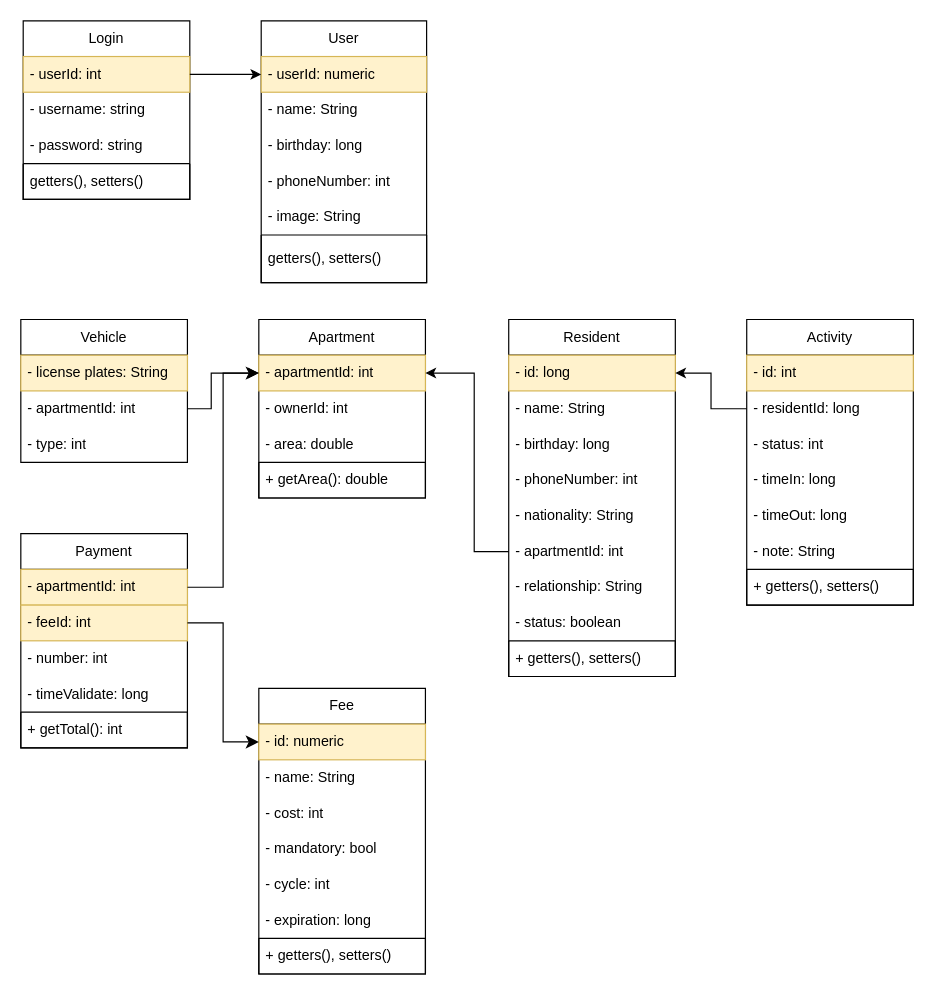
Before: sqlChart.drawio in liguang612/ApartmentManagement, a draw.io diagram. Source tidied: cells renumbered, new cells numbered last; positions are measured from the earlier drawing's top-left corner, leaving out a move shared by most shapes. Both pictures are drawn from the tidied source at 119%, with x=0, y=0 at pixel (20, 20).
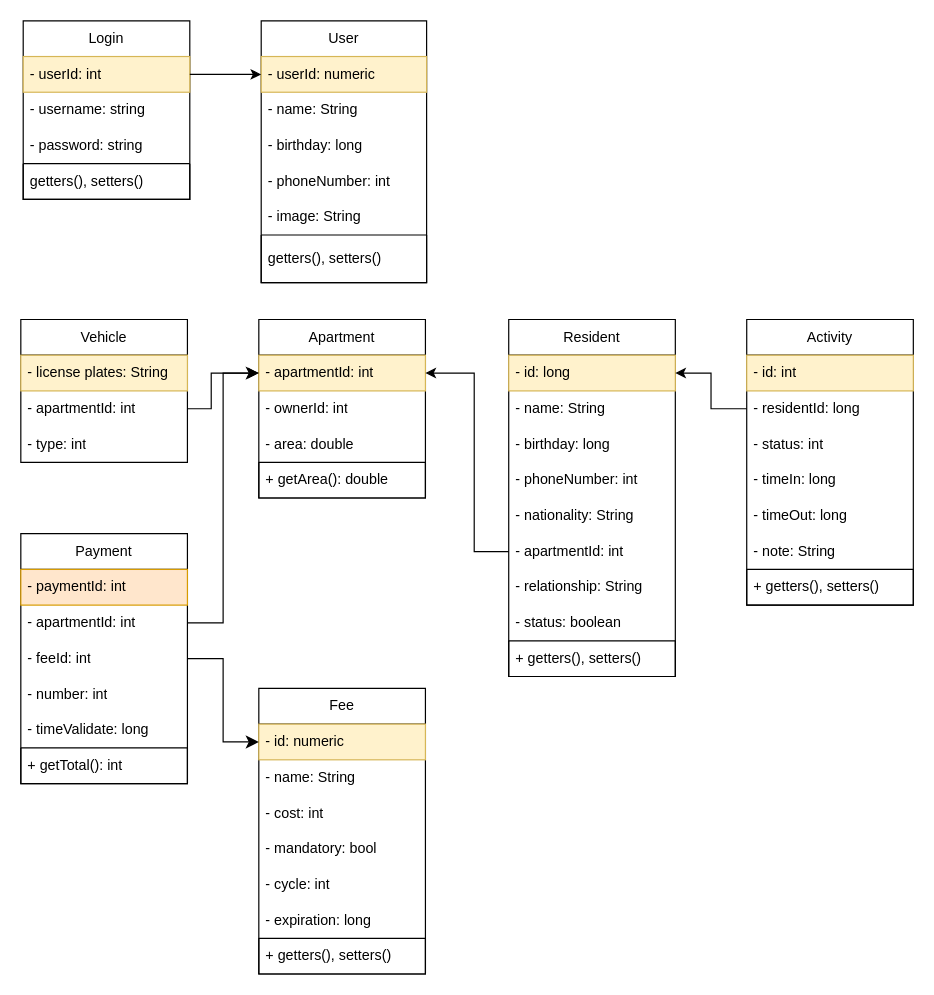
Above is the later version.

Diff of the diagram source:
```diff
@@
     <mxCell id="54" value="Payment" style="swimlane;fontStyle=0;horizontal=1;startSize=30;whiteSpace=wrap;html=1;" parent="1" vertex="1">
-      <mxGeometry y="431" width="140" height="180" as="geometry" />
+      <mxGeometry y="431" width="140" height="210" as="geometry" />
     </mxCell>
+    <mxCell id="68" value="- paymentId: int" style="text;align=left;verticalAlign=middle;spacingLeft=4;spacingRight=4;overflow=hidden;whiteSpace=wrap;html=1;fillColor=#ffe6cc;strokeColor=#d79b00;fontColor=#000000;" parent="54" vertex="1">
+      <mxGeometry y="30" width="140" height="30" as="geometry" />
+    </mxCell>
-    <mxCell id="55" value="- apartmentId: int" style="text;strokeColor=#d6b656;fillColor=#fff2cc;align=left;verticalAlign=middle;spacingLeft=4;spacingRight=4;overflow=hidden;points=[[0,0.5],[1,0.5]];portConstraint=eastwest;whiteSpace=wrap;html=1;fontColor=#000000;" parent="54" vertex="1">
-      <mxGeometry y="30" width="140" height="30" as="geometry" />
+    <mxCell id="55" value="- apartmentId: int" style="text;align=left;verticalAlign=middle;spacingLeft=4;spacingRight=4;overflow=hidden;points=[[0,0.5],[1,0.5]];portConstraint=eastwest;whiteSpace=wrap;html=1;" parent="54" vertex="1">
+      <mxGeometry y="60" width="140" height="30" as="geometry" />
     </mxCell>
-    <mxCell id="56" value="- feeId: int" style="text;strokeColor=#d6b656;fillColor=#fff2cc;align=left;verticalAlign=middle;spacingLeft=4;spacingRight=4;overflow=hidden;points=[[0,0.5],[1,0.5]];portConstraint=eastwest;whiteSpace=wrap;html=1;fontColor=#000000;" parent="54" vertex="1">
-      <mxGeometry y="60" width="140" height="30" as="geometry" />
+    <mxCell id="56" value="- feeId: int" style="text;align=left;verticalAlign=middle;spacingLeft=4;spacingRight=4;overflow=hidden;points=[[0,0.5],[1,0.5]];portConstraint=eastwest;whiteSpace=wrap;html=1;" parent="54" vertex="1">
+      <mxGeometry y="90" width="140" height="30" as="geometry" />
     </mxCell>
     <mxCell id="57" value="- number: int" style="text;strokeColor=none;fillColor=none;align=left;verticalAlign=middle;spacingLeft=4;spacingRight=4;overflow=hidden;whiteSpace=wrap;html=1;" parent="54" vertex="1">
-      <mxGeometry y="90" width="140" height="30" as="geometry" />
+      <mxGeometry y="120" width="140" height="30" as="geometry" />
     </mxCell>
     <mxCell id="58" value="- timeValidate: long" style="text;strokeColor=none;fillColor=none;align=left;verticalAlign=middle;spacingLeft=4;spacingRight=4;overflow=hidden;whiteSpace=wrap;html=1;" parent="54" vertex="1">
-      <mxGeometry y="120" width="140" height="30" as="geometry" />
+      <mxGeometry y="150" width="140" height="30" as="geometry" />
     </mxCell>
     <mxCell id="59" style="swimlane;startSize=0;" parent="54" vertex="1">
-      <mxGeometry y="150" width="140" height="30" as="geometry" />
+      <mxGeometry y="180" width="140" height="30" as="geometry" />
     </mxCell>
```
